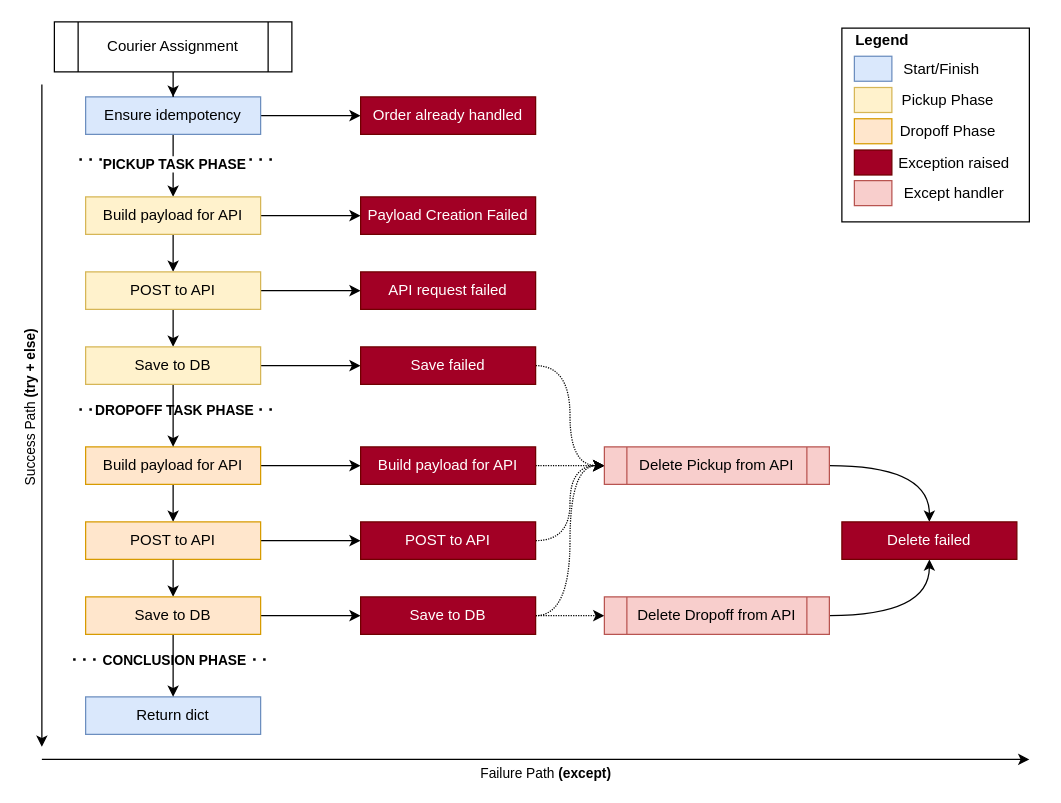
Above: page "FlowOverview" (1 of 2) of posts/2021/2021-07-18-exceptions-structure/diagrams.drawio in guilatrova/latrovacommits-articles (draw.io), before the change. Source tidied: cells renumbered, new cells numbered last; positions are measured from the earlier drawing's top-left corner, leaving out a move shared by most shapes. Both pictures are drawn from the tidied source at 125%, with x=0, y=0 at pixel (41, 21).
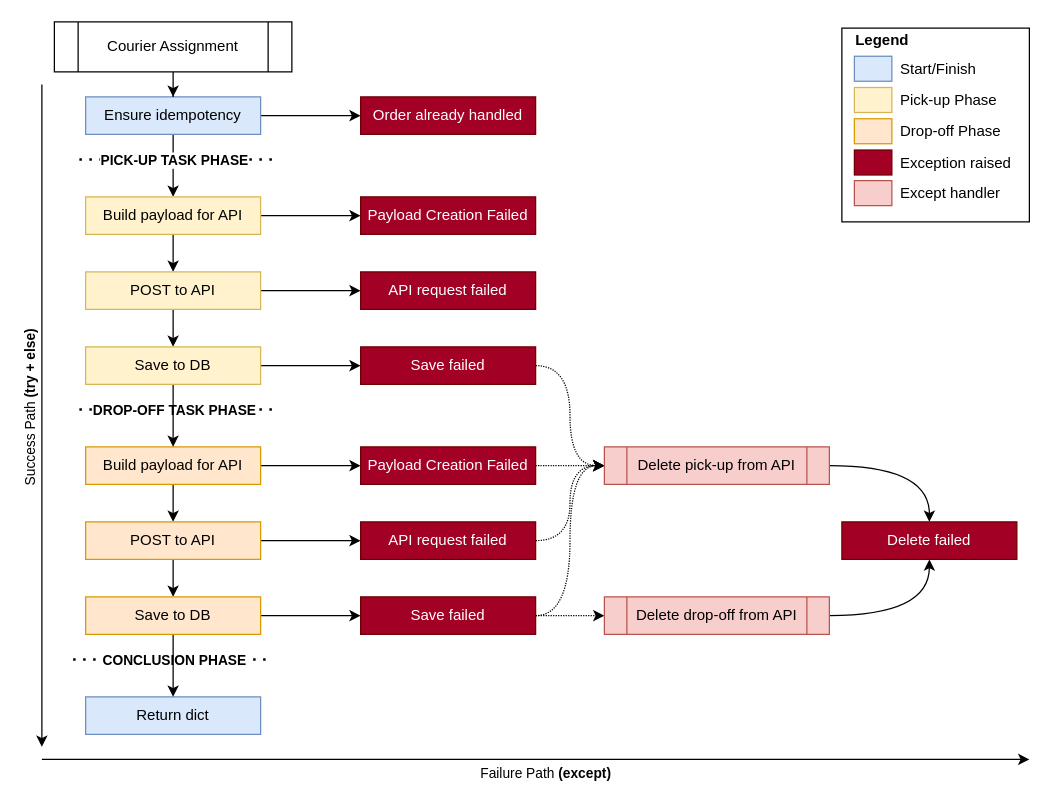
The same diagram, later.

Unchanged cells that the change refers to:
```xml
<mxCell id="7" style="endArrow=none;dashed=1;html=1;dashPattern=1 3;strokeWidth=2;" parent="1" edge="1">
  <mxGeometry relative="1" as="geometry">
    <mxPoint x="30" y="110" as="sourcePoint" />
    <mxPoint x="190" y="110" as="targetPoint" />
  </mxGeometry>
</mxCell>
<mxCell id="22" style="endArrow=none;dashed=1;html=1;dashPattern=1 3;strokeWidth=2;" parent="1" edge="1">
  <mxGeometry relative="1" as="geometry">
    <mxPoint x="30" y="310" as="sourcePoint" />
    <mxPoint x="190" y="310" as="targetPoint" />
  </mxGeometry>
</mxCell>
<mxCell id="49" style="group;" parent="1" vertex="1">
  <mxGeometry x="640" y="5" width="150" height="155" as="geometry" />
</mxCell>
```

Change to the diagram source:
```diff
@@
-    <mxCell id="8" value="&lt;b&gt;PICKUP TASK PHASE&lt;/b&gt;" style="edgeLabel;html=1;align=center;verticalAlign=middle;" parent="7" vertex="1">
+    <mxCell id="8" value="&lt;b&gt;PICK-UP TASK PHASE&lt;/b&gt;" style="edgeLabel;html=1;align=center;verticalAlign=middle;" parent="7" vertex="1">
       <mxGeometry x="0.19" relative="1" as="geometry">
-        <mxPoint x="-20" y="3" as="offset" />
+        <mxPoint x="-20" as="offset" />
       </mxGeometry>
     </mxCell>
@@
-    <mxCell id="23" value="&lt;b&gt;DROPOFF TASK PHASE&lt;/b&gt;" style="edgeLabel;html=1;align=center;verticalAlign=middle;" parent="22" vertex="1">
+    <mxCell id="23" value="&lt;b&gt;DROP-OFF TASK PHASE&lt;/b&gt;" style="edgeLabel;html=1;align=center;verticalAlign=middle;" parent="22" vertex="1">
       <mxGeometry x="0.19" relative="1" as="geometry">
         <mxPoint x="-20" as="offset" />
       </mxGeometry>
     </mxCell>
@@
-    <mxCell id="38" value="Build payload for API" style="whiteSpace=wrap;html=1;fillColor=#a20025;strokeColor=#6F0000;fontColor=#ffffff;" parent="1" vertex="1">
+    <mxCell id="38" value="Payload Creation Failed" style="whiteSpace=wrap;html=1;fillColor=#a20025;strokeColor=#6F0000;fontColor=#ffffff;" parent="1" vertex="1">
       <mxGeometry x="255" y="340" width="140" height="30" as="geometry" />
     </mxCell>
@@
-    <mxCell id="40" value="POST to API" style="whiteSpace=wrap;html=1;fillColor=#a20025;strokeColor=#6F0000;fontColor=#ffffff;" parent="1" vertex="1">
+    <mxCell id="40" value="API request failed" style="whiteSpace=wrap;html=1;fillColor=#a20025;strokeColor=#6F0000;fontColor=#ffffff;" parent="1" vertex="1">
       <mxGeometry x="255" y="400" width="140" height="30" as="geometry" />
     </mxCell>
@@
-    <mxCell id="43" value="Save to DB" style="whiteSpace=wrap;html=1;fillColor=#a20025;strokeColor=#6F0000;fontColor=#ffffff;" parent="1" vertex="1">
+    <mxCell id="43" value="Save failed" style="whiteSpace=wrap;html=1;fillColor=#a20025;strokeColor=#6F0000;fontColor=#ffffff;" parent="1" vertex="1">
       <mxGeometry x="255" y="460" width="140" height="30" as="geometry" />
     </mxCell>
@@
-    <mxCell id="45" value="Delete Pickup from API" style="shape=process;whiteSpace=wrap;html=1;backgroundOutline=1;fillColor=#f8cecc;strokeColor=#b85450;" parent="1" vertex="1">
+    <mxCell id="45" value="Delete pick-up from API" style="shape=process;whiteSpace=wrap;html=1;backgroundOutline=1;fillColor=#f8cecc;strokeColor=#b85450;" parent="1" vertex="1">
       <mxGeometry x="450" y="340" width="180" height="30" as="geometry" />
     </mxCell>
@@
-    <mxCell id="47" value="Delete Dropoff from API" style="shape=process;whiteSpace=wrap;html=1;backgroundOutline=1;fillColor=#f8cecc;strokeColor=#b85450;" parent="1" vertex="1">
+    <mxCell id="47" value="Delete drop-off from API" style="shape=process;whiteSpace=wrap;html=1;backgroundOutline=1;fillColor=#f8cecc;strokeColor=#b85450;" parent="1" vertex="1">
       <mxGeometry x="450" y="460" width="180" height="30" as="geometry" />
     </mxCell>
@@
-    <mxCell id="52" value="Start/Finish" style="text;html=1;strokeColor=none;fillColor=none;align=center;verticalAlign=middle;whiteSpace=wrap;rounded=0;" parent="49" vertex="1">
-      <mxGeometry x="40" y="22.5" width="80" height="20" as="geometry" />
+    <mxCell id="52" value="Start/Finish" style="text;html=1;strokeColor=none;fillColor=none;align=left;verticalAlign=middle;whiteSpace=wrap;rounded=0;" parent="49" vertex="1">
+      <mxGeometry x="45" y="22.5" width="80" height="20" as="geometry" />
     </mxCell>
@@
-    <mxCell id="54" value="Pickup Phase" style="text;html=1;strokeColor=none;fillColor=none;align=center;verticalAlign=middle;whiteSpace=wrap;rounded=0;" parent="49" vertex="1">
-      <mxGeometry x="40" y="47.5" width="90" height="20" as="geometry" />
+    <mxCell id="54" value="Pick-up Phase" style="text;html=1;strokeColor=none;fillColor=none;align=left;verticalAlign=middle;whiteSpace=wrap;rounded=0;" parent="49" vertex="1">
+      <mxGeometry x="45" y="47.5" width="90" height="20" as="geometry" />
     </mxCell>
@@
-    <mxCell id="56" value="Dropoff Phase" style="text;html=1;strokeColor=none;fillColor=none;align=center;verticalAlign=middle;whiteSpace=wrap;rounded=0;" parent="49" vertex="1">
-      <mxGeometry x="40" y="72.5" width="90" height="20" as="geometry" />
+    <mxCell id="56" value="Drop-off Phase" style="text;html=1;strokeColor=none;fillColor=none;align=left;verticalAlign=middle;whiteSpace=wrap;rounded=0;" parent="49" vertex="1">
+      <mxGeometry x="45" y="72.5" width="90" height="20" as="geometry" />
     </mxCell>
@@
-    <mxCell id="58" value="Exception raised" style="text;html=1;strokeColor=none;fillColor=none;align=center;verticalAlign=middle;whiteSpace=wrap;rounded=0;" parent="49" vertex="1">
-      <mxGeometry x="40" y="97.5" width="100" height="20" as="geometry" />
+    <mxCell id="58" value="Exception raised" style="text;html=1;strokeColor=none;fillColor=none;align=left;verticalAlign=middle;whiteSpace=wrap;rounded=0;" parent="49" vertex="1">
+      <mxGeometry x="45" y="97.5" width="100" height="20" as="geometry" />
     </mxCell>
@@
-    <mxCell id="61" value="Except handler" style="text;html=1;strokeColor=none;fillColor=none;align=center;verticalAlign=middle;whiteSpace=wrap;rounded=0;" parent="49" vertex="1">
-      <mxGeometry x="40" y="122" width="100" height="20" as="geometry" />
+    <mxCell id="61" value="Except handler" style="text;html=1;strokeColor=none;fillColor=none;align=left;verticalAlign=middle;whiteSpace=wrap;rounded=0;" parent="49" vertex="1">
+      <mxGeometry x="45" y="122" width="100" height="20" as="geometry" />
     </mxCell>
```
